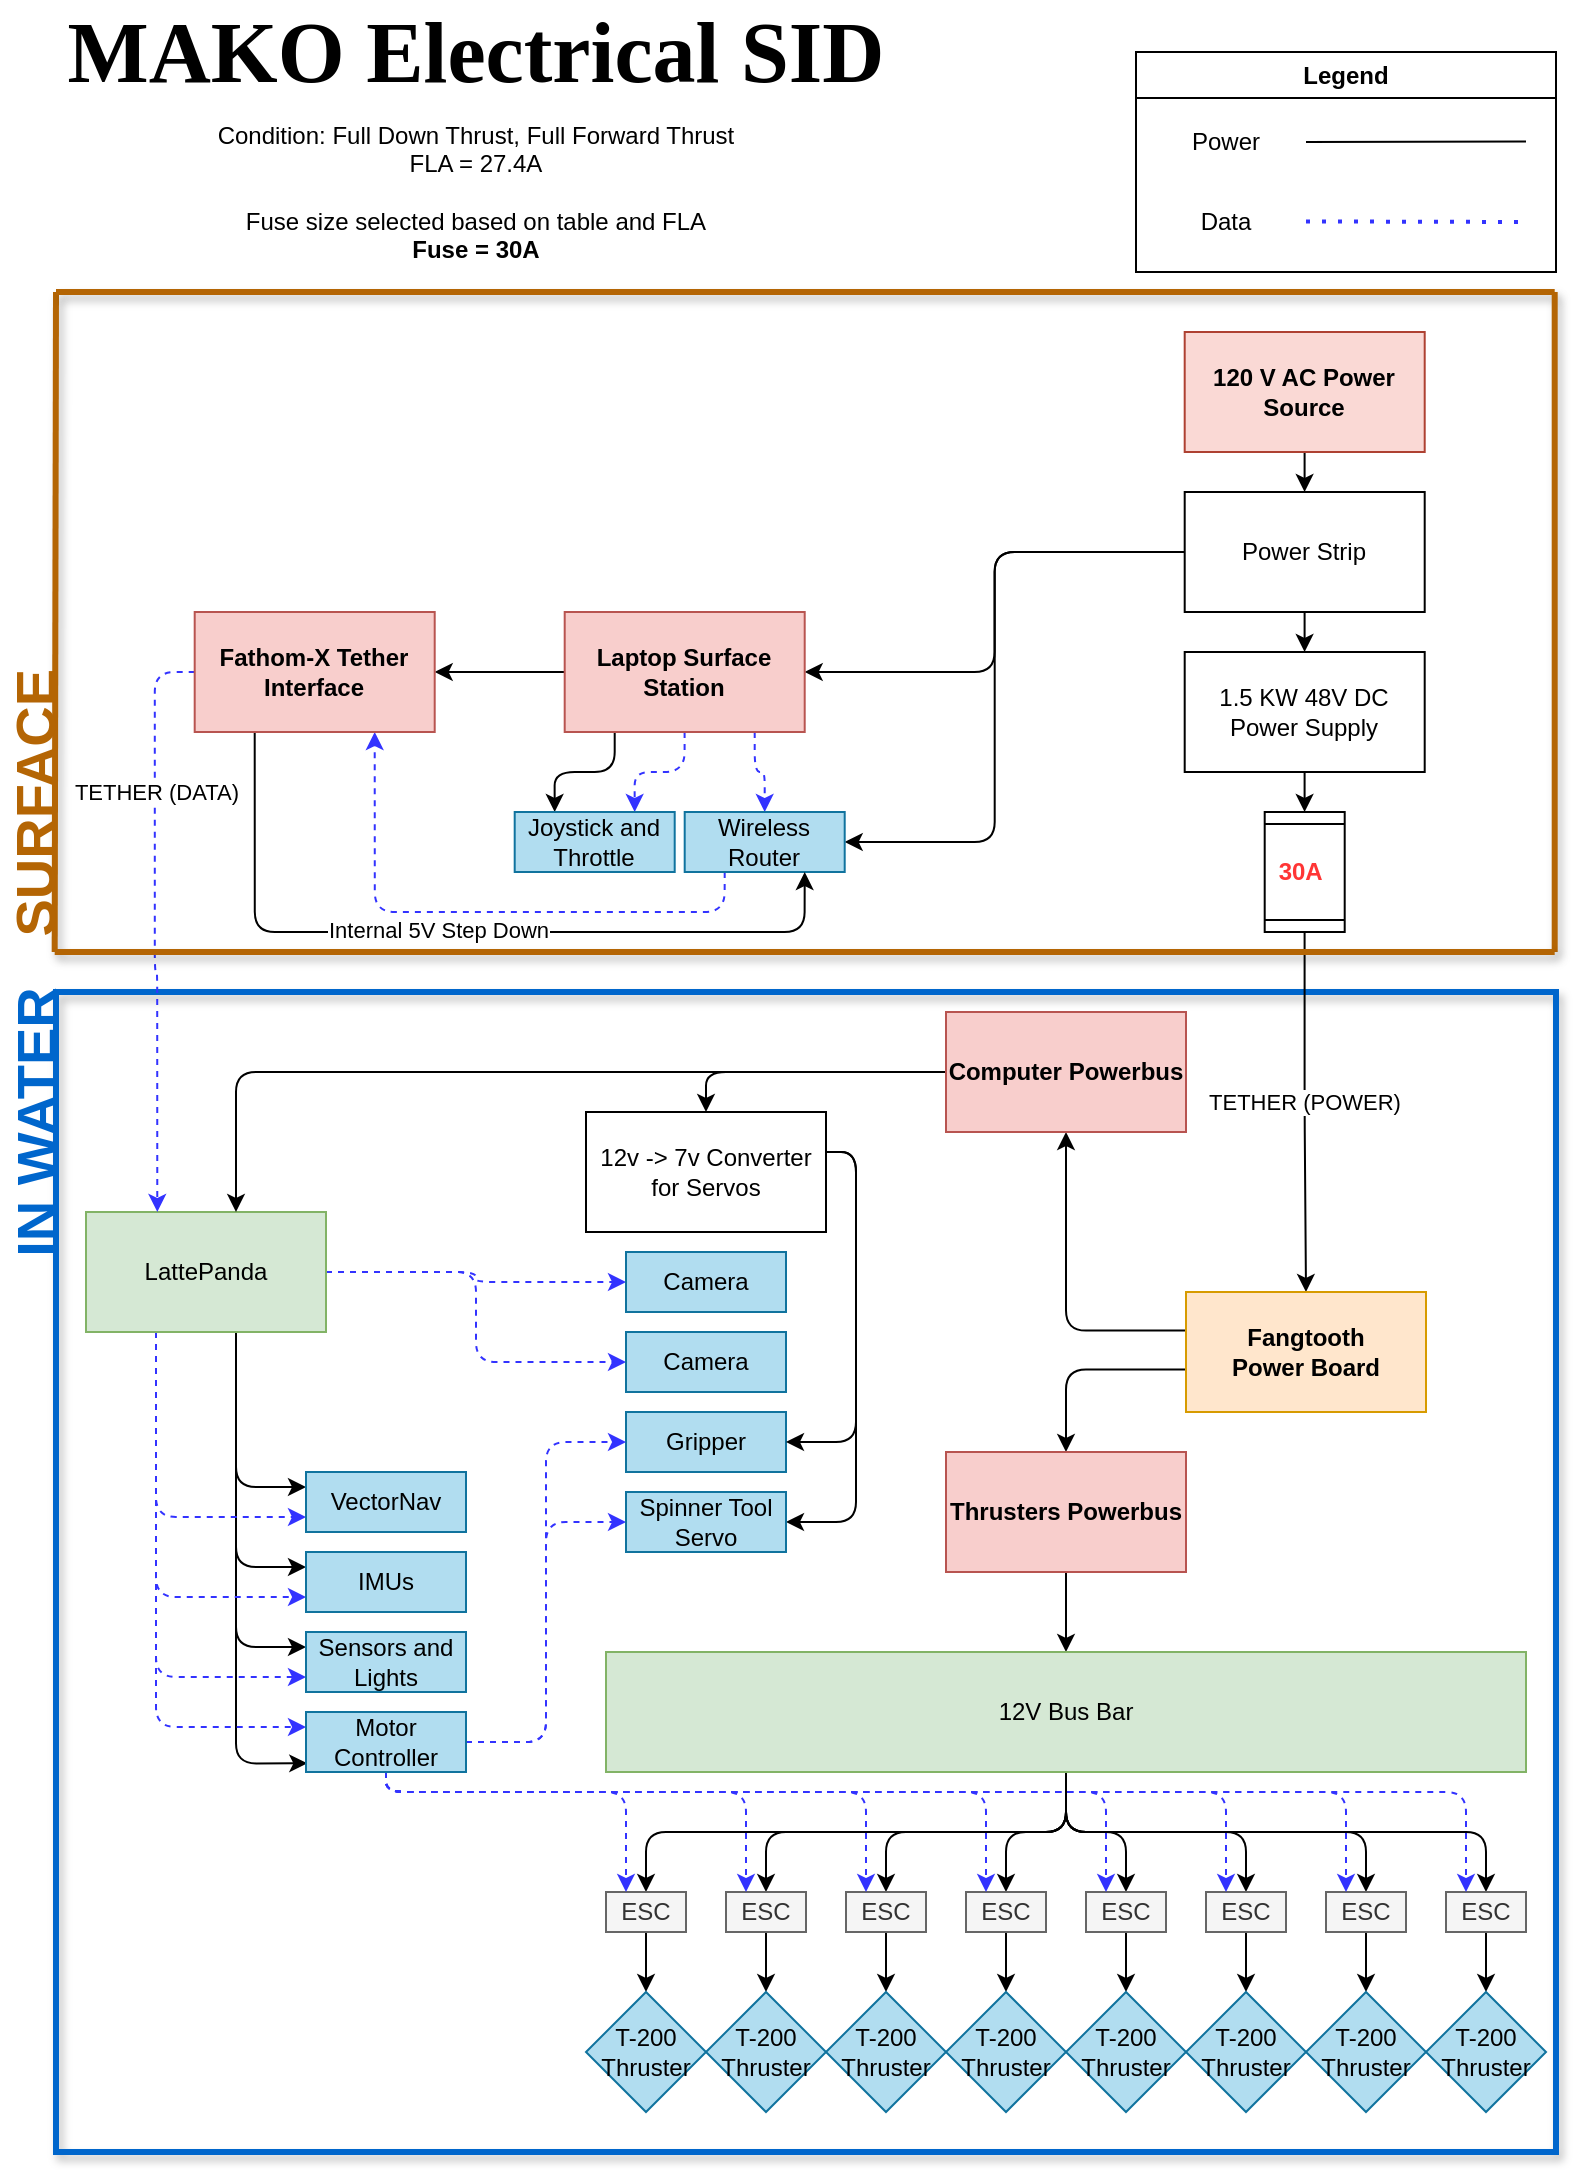
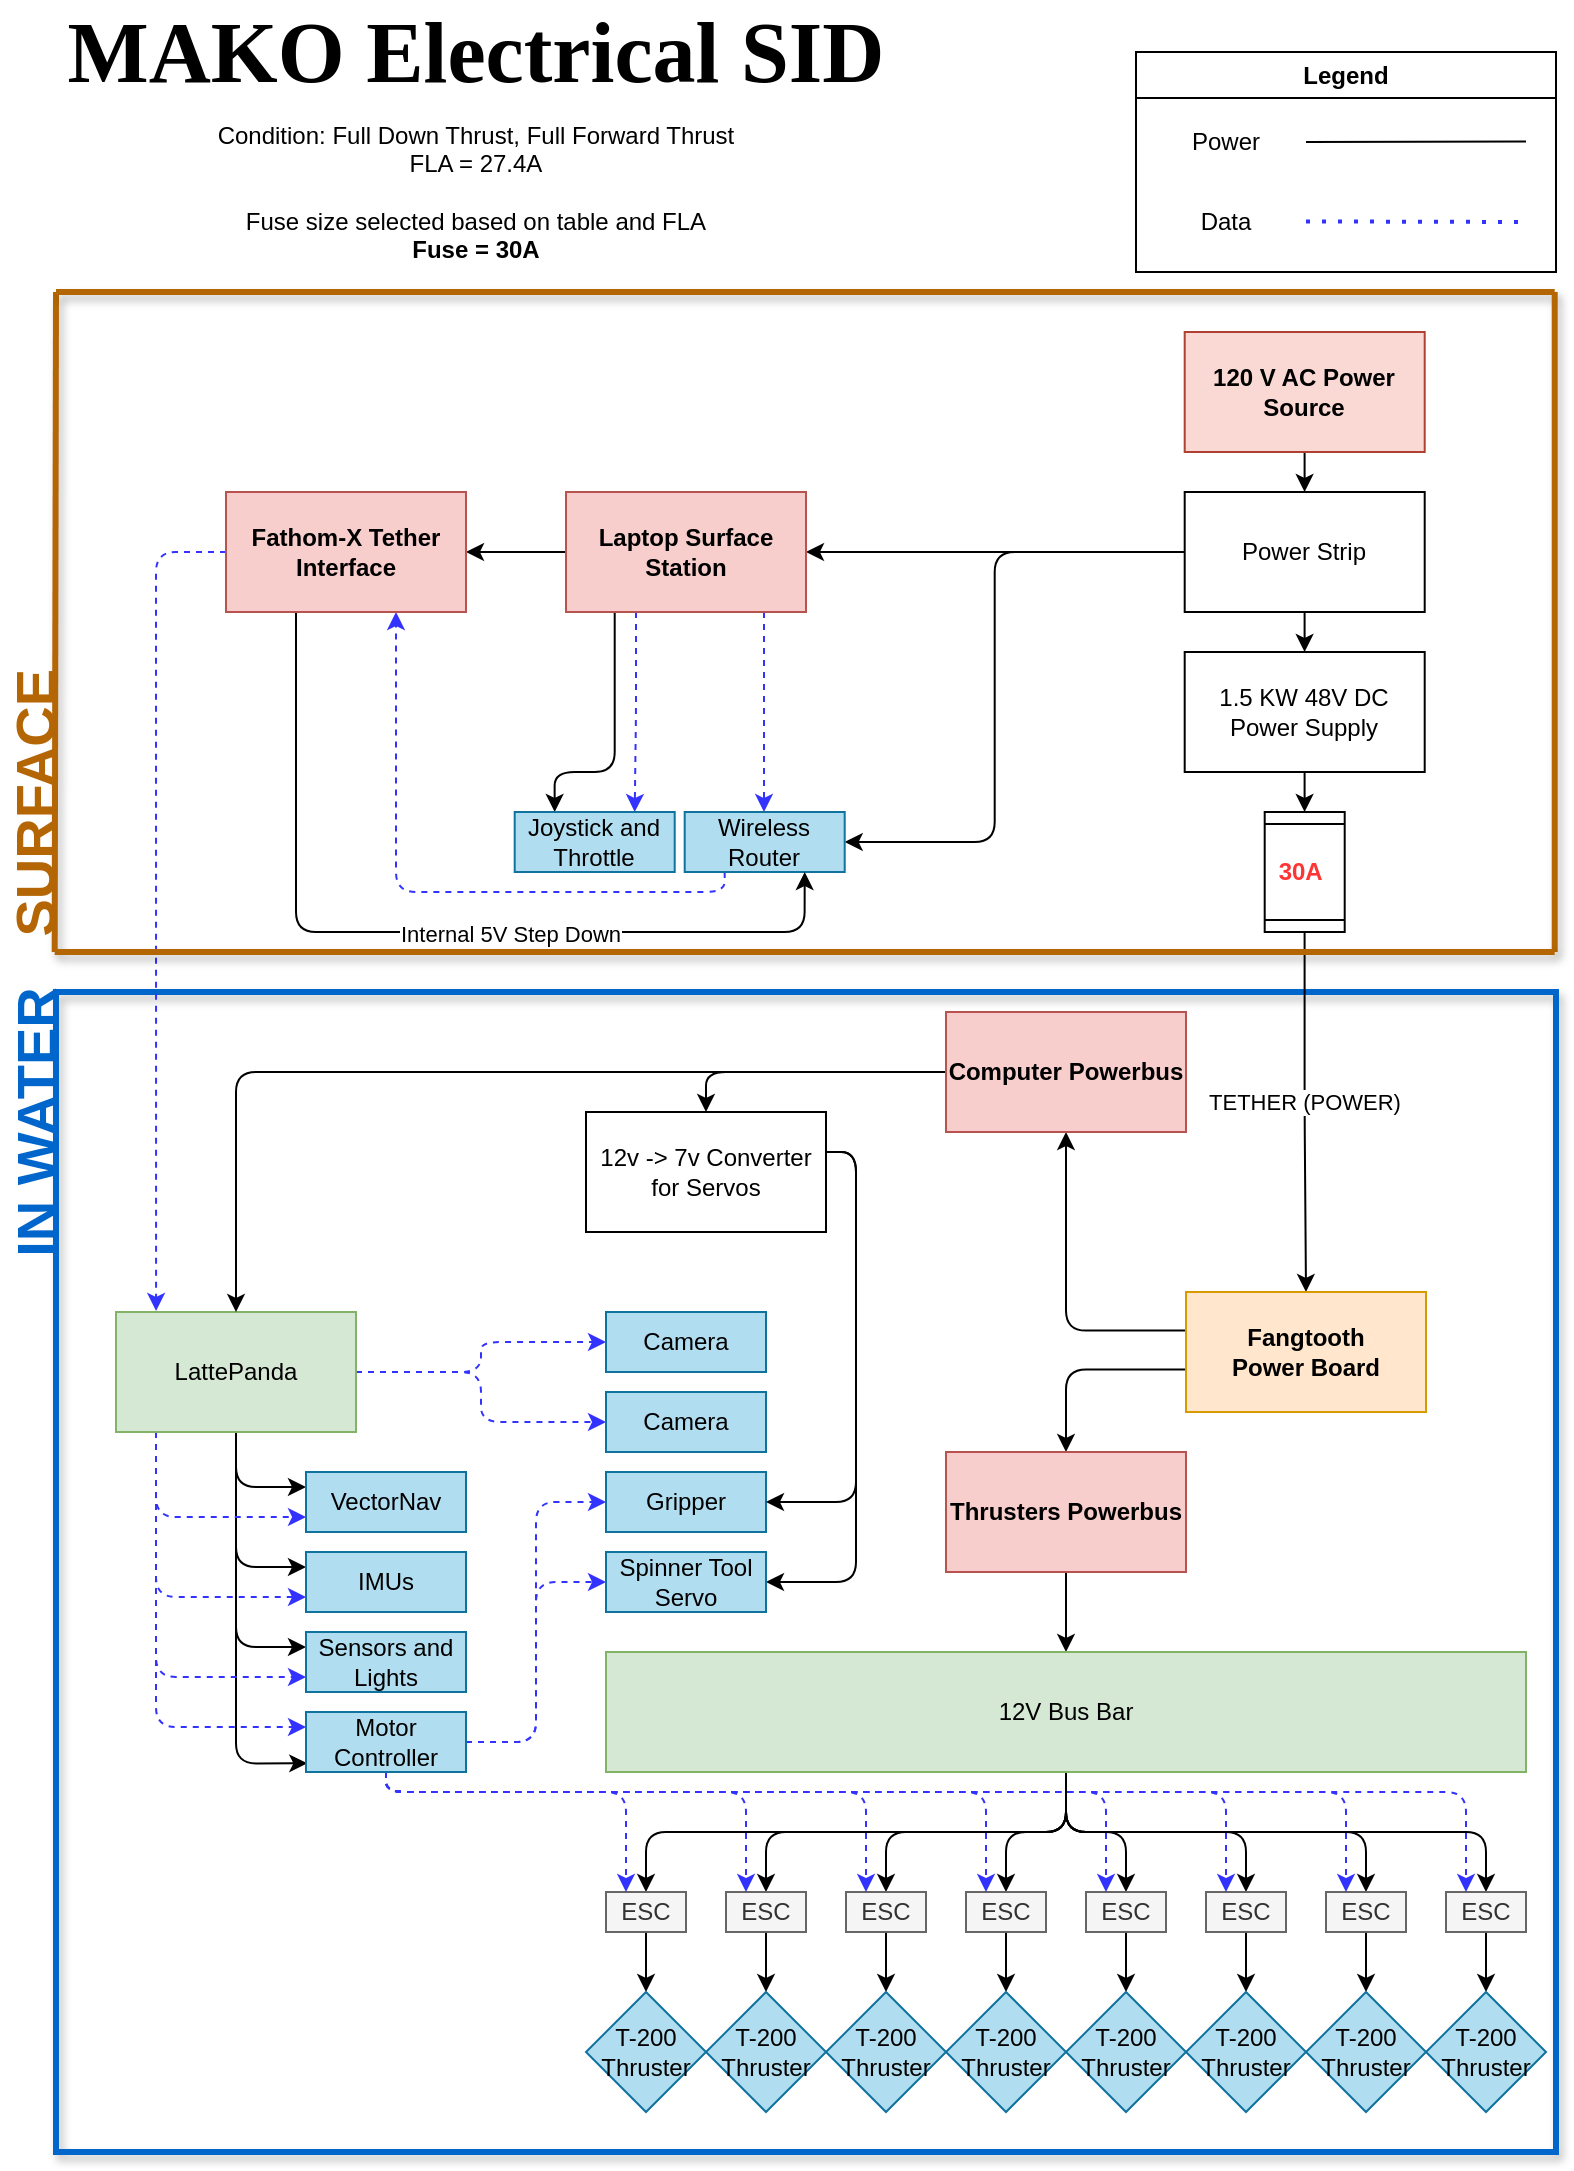
<mxfile host="app.diagrams.net" agent="Mozilla/5.0 (Windows NT 10.0; Win64; x64; rv:139.0) Gecko/20100101 Firefox/139.0">
  <diagram name="Page-1" id="doaNbLGYiiKzRFzNWdXi">
-     <mxGraphModel dx="2310" dy="1834" grid="1" gridSize="10" guides="1" tooltips="1" connect="1" arrows="1" fold="1" page="1" pageScale="1" pageWidth="850" pageHeight="1100" math="0" shadow="0">
+     <mxGraphModel dx="-165" dy="397" grid="1" gridSize="10" guides="1" tooltips="1" connect="1" arrows="1" fold="1" page="1" pageScale="1" pageWidth="850" pageHeight="1100" math="0" shadow="0">
      <root>
        <mxCell id="0" />
        <mxCell id="1" parent="0" />
        <mxCell id="0vSBfI8_46AL9H7hPHAw-18" parent="1" style="rounded=0;whiteSpace=wrap;html=1;fillColor=none;strokeWidth=3;strokeColor=#0066CC;glass=0;shadow=1;" value="" vertex="1">
          <mxGeometry height="580" width="750" x="890" y="500" as="geometry" />
        </mxCell>
        <mxCell id="59XTsty1G1Yx93DkZX_j-1" parent="1" style="text;html=1;whiteSpace=wrap;strokeColor=none;fillColor=none;align=center;verticalAlign=middle;rounded=0;fontFamily=Times New Roman;fontStyle=1" value="&lt;font style=&quot;font-size: 43px;&quot;&gt;&lt;span&gt;MAKO Electrical SID&lt;/span&gt;&lt;/font&gt;" vertex="1">
          <mxGeometry height="40" width="420" x="890" y="10" as="geometry" />
        </mxCell>
        <mxCell id="59XTsty1G1Yx93DkZX_j-24" edge="1" parent="1" style="edgeStyle=orthogonalEdgeStyle;rounded=0;orthogonalLoop=1;jettySize=auto;html=1;exitX=0.5;exitY=1;exitDx=0;exitDy=0;">
          <mxGeometry relative="1" as="geometry">
            <mxPoint x="1435" y="910" as="sourcePoint" />
            <mxPoint x="1435" y="910" as="targetPoint" />
          </mxGeometry>
        </mxCell>
        <mxCell id="59XTsty1G1Yx93DkZX_j-45" parent="1" style="swimlane;whiteSpace=wrap;html=1;" value="Legend" vertex="1">
          <mxGeometry height="110" width="210" x="1430" y="30" as="geometry" />
        </mxCell>
        <mxCell id="59XTsty1G1Yx93DkZX_j-46" parent="59XTsty1G1Yx93DkZX_j-45" style="text;html=1;whiteSpace=wrap;strokeColor=none;fillColor=none;align=center;verticalAlign=middle;rounded=0;" value="Power" vertex="1">
          <mxGeometry height="30" width="60" x="15" y="30" as="geometry" />
        </mxCell>
        <mxCell id="59XTsty1G1Yx93DkZX_j-47" parent="59XTsty1G1Yx93DkZX_j-45" style="text;html=1;whiteSpace=wrap;strokeColor=none;fillColor=none;align=center;verticalAlign=middle;rounded=0;" value="Data" vertex="1">
          <mxGeometry height="30" width="60" x="15" y="70" as="geometry" />
        </mxCell>
        <mxCell id="59XTsty1G1Yx93DkZX_j-53" edge="1" parent="59XTsty1G1Yx93DkZX_j-45" style="endArrow=none;dashed=1;html=1;dashPattern=1 3;strokeWidth=2;strokeColor=#3333FF;" value="">
          <mxGeometry height="50" relative="1" width="50" as="geometry">
            <mxPoint x="85" y="84.72" as="sourcePoint" />
            <mxPoint x="195" y="85" as="targetPoint" />
          </mxGeometry>
        </mxCell>
        <mxCell id="59XTsty1G1Yx93DkZX_j-54" edge="1" parent="59XTsty1G1Yx93DkZX_j-45" style="endArrow=none;html=1;strokeColor=#000000;" value="">
          <mxGeometry height="50" relative="1" width="50" as="geometry">
            <mxPoint x="85" y="45.06" as="sourcePoint" />
            <mxPoint x="195" y="44.78" as="targetPoint" />
          </mxGeometry>
        </mxCell>
        <mxCell id="59XTsty1G1Yx93DkZX_j-216" edge="1" parent="1" source="59XTsty1G1Yx93DkZX_j-57" style="edgeStyle=orthogonalEdgeStyle;orthogonalLoop=1;jettySize=auto;html=1;" target="59XTsty1G1Yx93DkZX_j-208" value="">
          <mxGeometry relative="1" as="geometry" />
        </mxCell>
        <mxCell id="59XTsty1G1Yx93DkZX_j-57" parent="1" style="rounded=0;whiteSpace=wrap;html=1;fillColor=#fad9d5;strokeColor=#ae4132;fontStyle=1" value="120 V AC Power Source" vertex="1">
          <mxGeometry height="60" width="120" x="1454.35" y="170" as="geometry" />
        </mxCell>
        <mxCell id="59XTsty1G1Yx93DkZX_j-71" edge="1" parent="1" source="59XTsty1G1Yx93DkZX_j-66" style="edgeStyle=orthogonalEdgeStyle;orthogonalLoop=1;jettySize=auto;html=1;" target="59XTsty1G1Yx93DkZX_j-70" value="">
          <mxGeometry relative="1" as="geometry" />
        </mxCell>
        <mxCell id="59XTsty1G1Yx93DkZX_j-66" parent="1" style="rounded=0;whiteSpace=wrap;html=1;" value="&lt;div&gt;1.5 KW 48V DC Power Supply&lt;/div&gt;" vertex="1">
          <mxGeometry height="60" width="120" x="1454.35" y="330" as="geometry" />
        </mxCell>
        <mxCell id="59XTsty1G1Yx93DkZX_j-81" edge="1" parent="1" source="59XTsty1G1Yx93DkZX_j-70" style="edgeStyle=orthogonalEdgeStyle;orthogonalLoop=1;jettySize=auto;html=1;entryX=0.5;entryY=0;entryDx=0;entryDy=0;" target="59XTsty1G1Yx93DkZX_j-101" value="">
          <mxGeometry relative="1" as="geometry">
            <mxPoint x="1515" y="470" as="targetPoint" />
          </mxGeometry>
        </mxCell>
        <mxCell id="59XTsty1G1Yx93DkZX_j-99" connectable="0" parent="59XTsty1G1Yx93DkZX_j-81" style="edgeLabel;html=1;align=center;verticalAlign=middle;resizable=0;points=[];" value="TETHER (POWER)" vertex="1">
          <mxGeometry relative="1" x="-0.062" y="-1" as="geometry">
            <mxPoint as="offset" />
          </mxGeometry>
        </mxCell>
        <mxCell id="59XTsty1G1Yx93DkZX_j-70" parent="1" style="shape=process;whiteSpace=wrap;html=1;backgroundOutline=1;rounded=0;direction=south;" value="&lt;div&gt;&lt;b style=&quot;color: rgb(255, 53, 53);&quot;&gt;30A&amp;nbsp;&lt;/b&gt;&lt;/div&gt;" vertex="1">
          <mxGeometry height="60" width="40" x="1494.35" y="410" as="geometry" />
        </mxCell>
        <mxCell id="59XTsty1G1Yx93DkZX_j-83" parent="1" style="text;html=1;whiteSpace=wrap;strokeColor=none;fillColor=none;align=center;verticalAlign=middle;rounded=0;" value="&lt;div&gt;Condition: Full Down Thrust, Full Forward Thrust&lt;/div&gt;&lt;div&gt;FLA = 27.4A&lt;/div&gt;&lt;div&gt;&lt;br&gt;&lt;/div&gt;&lt;div&gt;Fuse size selected based on table and FLA&lt;/div&gt;&lt;div&gt;&lt;b&gt;Fuse = 30A&lt;/b&gt;&lt;/div&gt;" vertex="1">
          <mxGeometry height="80" width="410" x="894.9999999999999" y="60" as="geometry" />
        </mxCell>
        <mxCell id="59XTsty1G1Yx93DkZX_j-205" edge="1" parent="1" source="59XTsty1G1Yx93DkZX_j-101" style="edgeStyle=orthogonalEdgeStyle;orthogonalLoop=1;jettySize=auto;html=1;entryX=0.5;entryY=1;entryDx=0;entryDy=0;exitX=-0.004;exitY=0.321;exitDx=0;exitDy=0;exitPerimeter=0;" target="59XTsty1G1Yx93DkZX_j-180">
          <mxGeometry relative="1" as="geometry" />
        </mxCell>
        <mxCell id="59XTsty1G1Yx93DkZX_j-206" edge="1" parent="1" source="59XTsty1G1Yx93DkZX_j-101" style="edgeStyle=orthogonalEdgeStyle;orthogonalLoop=1;jettySize=auto;html=1;exitX=0.001;exitY=0.645;exitDx=0;exitDy=0;exitPerimeter=0;" target="59XTsty1G1Yx93DkZX_j-102">
          <mxGeometry relative="1" as="geometry" />
        </mxCell>
        <mxCell id="59XTsty1G1Yx93DkZX_j-101" parent="1" style="rounded=0;whiteSpace=wrap;html=1;fillColor=#ffe6cc;strokeColor=#d79b00;fontStyle=1" value="&lt;div&gt;Fangtooth&lt;/div&gt;&lt;div&gt;Power Board&lt;/div&gt;" vertex="1">
          <mxGeometry height="60" width="120" x="1455" y="650" as="geometry" />
        </mxCell>
        <mxCell id="59XTsty1G1Yx93DkZX_j-113" edge="1" parent="1" source="59XTsty1G1Yx93DkZX_j-102" style="edgeStyle=orthogonalEdgeStyle;orthogonalLoop=1;jettySize=auto;html=1;entryX=0.5;entryY=0;entryDx=0;entryDy=0;" target="59XTsty1G1Yx93DkZX_j-108">
          <mxGeometry relative="1" as="geometry" />
        </mxCell>
        <mxCell id="59XTsty1G1Yx93DkZX_j-102" parent="1" style="rounded=0;whiteSpace=wrap;html=1;fillColor=#f8cecc;strokeColor=#b85450;fontStyle=1" value="Thrusters Powerbus" vertex="1">
          <mxGeometry height="60" width="120" x="1335" y="730" as="geometry" />
        </mxCell>
        <mxCell id="59XTsty1G1Yx93DkZX_j-135" edge="1" parent="1" source="59XTsty1G1Yx93DkZX_j-108" style="edgeStyle=orthogonalEdgeStyle;orthogonalLoop=1;jettySize=auto;html=1;entryX=0.5;entryY=0;entryDx=0;entryDy=0;" target="59XTsty1G1Yx93DkZX_j-116">
          <mxGeometry relative="1" as="geometry" />
        </mxCell>
        <mxCell id="59XTsty1G1Yx93DkZX_j-137" edge="1" parent="1" source="59XTsty1G1Yx93DkZX_j-108" style="edgeStyle=orthogonalEdgeStyle;orthogonalLoop=1;jettySize=auto;html=1;entryX=0.5;entryY=0;entryDx=0;entryDy=0;" target="59XTsty1G1Yx93DkZX_j-120">
          <mxGeometry relative="1" as="geometry" />
        </mxCell>
        <mxCell id="59XTsty1G1Yx93DkZX_j-138" edge="1" parent="1" source="59XTsty1G1Yx93DkZX_j-108" style="edgeStyle=orthogonalEdgeStyle;orthogonalLoop=1;jettySize=auto;html=1;entryX=0.5;entryY=0;entryDx=0;entryDy=0;" target="59XTsty1G1Yx93DkZX_j-117">
          <mxGeometry relative="1" as="geometry" />
        </mxCell>
        <mxCell id="59XTsty1G1Yx93DkZX_j-139" edge="1" parent="1" source="59XTsty1G1Yx93DkZX_j-108" style="edgeStyle=orthogonalEdgeStyle;orthogonalLoop=1;jettySize=auto;html=1;entryX=0.5;entryY=0;entryDx=0;entryDy=0;" target="59XTsty1G1Yx93DkZX_j-118">
          <mxGeometry relative="1" as="geometry" />
        </mxCell>
        <mxCell id="59XTsty1G1Yx93DkZX_j-140" edge="1" parent="1" source="59XTsty1G1Yx93DkZX_j-108" style="edgeStyle=orthogonalEdgeStyle;orthogonalLoop=1;jettySize=auto;html=1;entryX=0.5;entryY=0;entryDx=0;entryDy=0;" target="59XTsty1G1Yx93DkZX_j-121">
          <mxGeometry relative="1" as="geometry" />
        </mxCell>
        <mxCell id="59XTsty1G1Yx93DkZX_j-141" edge="1" parent="1" source="59XTsty1G1Yx93DkZX_j-108" style="edgeStyle=orthogonalEdgeStyle;orthogonalLoop=1;jettySize=auto;html=1;entryX=0.5;entryY=0;entryDx=0;entryDy=0;" target="59XTsty1G1Yx93DkZX_j-122">
          <mxGeometry relative="1" as="geometry" />
        </mxCell>
        <mxCell id="59XTsty1G1Yx93DkZX_j-142" edge="1" parent="1" source="59XTsty1G1Yx93DkZX_j-108" style="edgeStyle=orthogonalEdgeStyle;orthogonalLoop=1;jettySize=auto;html=1;entryX=0.5;entryY=0;entryDx=0;entryDy=0;" target="59XTsty1G1Yx93DkZX_j-123">
          <mxGeometry relative="1" as="geometry" />
        </mxCell>
        <mxCell id="59XTsty1G1Yx93DkZX_j-143" edge="1" parent="1" source="59XTsty1G1Yx93DkZX_j-108" style="edgeStyle=orthogonalEdgeStyle;orthogonalLoop=1;jettySize=auto;html=1;" target="59XTsty1G1Yx93DkZX_j-124">
          <mxGeometry relative="1" as="geometry" />
        </mxCell>
        <mxCell id="59XTsty1G1Yx93DkZX_j-108" parent="1" style="rounded=0;whiteSpace=wrap;html=1;fillColor=#d5e8d4;strokeColor=#82b366;fontStyle=0" value="&lt;span&gt;12V Bus Bar&lt;/span&gt;" vertex="1">
          <mxGeometry height="60" width="460" x="1165" y="830" as="geometry" />
        </mxCell>
        <mxCell id="59XTsty1G1Yx93DkZX_j-158" edge="1" parent="1" source="59XTsty1G1Yx93DkZX_j-111" style="edgeStyle=orthogonalEdgeStyle;orthogonalLoop=1;jettySize=auto;html=1;entryX=0;entryY=0.5;entryDx=0;entryDy=0;dashed=1;strokeColor=#3333FF;" target="59XTsty1G1Yx93DkZX_j-154">
          <mxGeometry relative="1" as="geometry" />
        </mxCell>
        <mxCell id="59XTsty1G1Yx93DkZX_j-159" edge="1" parent="1" source="59XTsty1G1Yx93DkZX_j-111" style="edgeStyle=orthogonalEdgeStyle;orthogonalLoop=1;jettySize=auto;html=1;entryX=0;entryY=0.5;entryDx=0;entryDy=0;dashed=1;strokeColor=#3333FF;" target="59XTsty1G1Yx93DkZX_j-153">
          <mxGeometry relative="1" as="geometry" />
        </mxCell>
        <mxCell id="59XTsty1G1Yx93DkZX_j-232" edge="1" parent="1" source="59XTsty1G1Yx93DkZX_j-111" style="edgeStyle=orthogonalEdgeStyle;orthogonalLoop=1;jettySize=auto;html=1;entryX=0;entryY=0.25;entryDx=0;entryDy=0;" target="59XTsty1G1Yx93DkZX_j-164">
          <mxGeometry relative="1" as="geometry">
            <Array as="points">
              <mxPoint x="980" y="748" />
            </Array>
          </mxGeometry>
        </mxCell>
        <mxCell id="59XTsty1G1Yx93DkZX_j-233" edge="1" parent="1" source="59XTsty1G1Yx93DkZX_j-111" style="edgeStyle=orthogonalEdgeStyle;orthogonalLoop=1;jettySize=auto;html=1;entryX=0;entryY=0.25;entryDx=0;entryDy=0;" target="59XTsty1G1Yx93DkZX_j-163">
          <mxGeometry relative="1" as="geometry">
            <Array as="points">
              <mxPoint x="980" y="788" />
            </Array>
          </mxGeometry>
        </mxCell>
        <mxCell id="59XTsty1G1Yx93DkZX_j-234" edge="1" parent="1" source="59XTsty1G1Yx93DkZX_j-111" style="edgeStyle=orthogonalEdgeStyle;orthogonalLoop=1;jettySize=auto;html=1;entryX=0;entryY=0.25;entryDx=0;entryDy=0;" target="59XTsty1G1Yx93DkZX_j-165">
          <mxGeometry relative="1" as="geometry">
            <Array as="points">
              <mxPoint x="980" y="828" />
            </Array>
          </mxGeometry>
        </mxCell>
        <mxCell id="59XTsty1G1Yx93DkZX_j-235" edge="1" parent="1" source="59XTsty1G1Yx93DkZX_j-111" style="edgeStyle=orthogonalEdgeStyle;orthogonalLoop=1;jettySize=auto;html=1;entryX=0.008;entryY=0.856;entryDx=0;entryDy=0;entryPerimeter=0;" target="59XTsty1G1Yx93DkZX_j-231">
          <mxGeometry relative="1" as="geometry">
            <Array as="points">
              <mxPoint x="980" y="886" />
            </Array>
          </mxGeometry>
        </mxCell>
        <mxCell id="59XTsty1G1Yx93DkZX_j-236" edge="1" parent="1" source="59XTsty1G1Yx93DkZX_j-111" style="edgeStyle=orthogonalEdgeStyle;orthogonalLoop=1;jettySize=auto;html=1;entryX=0;entryY=0.25;entryDx=0;entryDy=0;dashed=1;strokeColor=#3333FF;" target="59XTsty1G1Yx93DkZX_j-231">
          <mxGeometry relative="1" as="geometry">
            <Array as="points">
              <mxPoint x="940" y="868" />
            </Array>
          </mxGeometry>
        </mxCell>
        <mxCell id="59XTsty1G1Yx93DkZX_j-237" edge="1" parent="1" source="59XTsty1G1Yx93DkZX_j-111" style="edgeStyle=orthogonalEdgeStyle;orthogonalLoop=1;jettySize=auto;html=1;entryX=0;entryY=0.75;entryDx=0;entryDy=0;dashed=1;strokeColor=#3333FF;" target="59XTsty1G1Yx93DkZX_j-165">
          <mxGeometry relative="1" as="geometry">
            <Array as="points">
              <mxPoint x="940" y="843" />
            </Array>
          </mxGeometry>
        </mxCell>
        <mxCell id="59XTsty1G1Yx93DkZX_j-238" edge="1" parent="1" source="59XTsty1G1Yx93DkZX_j-111" style="edgeStyle=orthogonalEdgeStyle;orthogonalLoop=1;jettySize=auto;html=1;entryX=0;entryY=0.75;entryDx=0;entryDy=0;dashed=1;strokeColor=#3333FF;" target="59XTsty1G1Yx93DkZX_j-163">
          <mxGeometry relative="1" as="geometry">
            <Array as="points">
              <mxPoint x="940" y="803" />
            </Array>
          </mxGeometry>
        </mxCell>
        <mxCell id="59XTsty1G1Yx93DkZX_j-239" edge="1" parent="1" source="59XTsty1G1Yx93DkZX_j-111" style="edgeStyle=orthogonalEdgeStyle;orthogonalLoop=1;jettySize=auto;html=1;entryX=0;entryY=0.75;entryDx=0;entryDy=0;dashed=1;strokeColor=#3333FF;" target="59XTsty1G1Yx93DkZX_j-164">
          <mxGeometry relative="1" as="geometry">
            <Array as="points">
              <mxPoint x="940" y="763" />
            </Array>
          </mxGeometry>
        </mxCell>
        <mxCell id="59XTsty1G1Yx93DkZX_j-111" parent="1" style="rounded=0;whiteSpace=wrap;html=1;fillColor=#d5e8d4;strokeColor=#82b366;" value="LattePanda" vertex="1">
-           <mxGeometry height="60" width="120" x="905" y="610" as="geometry" />
+           <mxGeometry height="60" width="120" x="920" y="660" as="geometry" />
        </mxCell>
        <mxCell id="59XTsty1G1Yx93DkZX_j-145" edge="1" parent="1" source="59XTsty1G1Yx93DkZX_j-116" style="edgeStyle=orthogonalEdgeStyle;orthogonalLoop=1;jettySize=auto;html=1;entryX=0.5;entryY=0;entryDx=0;entryDy=0;" target="59XTsty1G1Yx93DkZX_j-126">
          <mxGeometry relative="1" as="geometry" />
        </mxCell>
        <mxCell id="59XTsty1G1Yx93DkZX_j-116" parent="1" style="rounded=0;whiteSpace=wrap;html=1;fillColor=#f5f5f5;fontColor=#333333;strokeColor=#666666;" value="ESC" vertex="1">
          <mxGeometry height="20" width="40" x="1165" y="950" as="geometry" />
        </mxCell>
        <mxCell id="59XTsty1G1Yx93DkZX_j-147" edge="1" parent="1" source="59XTsty1G1Yx93DkZX_j-117" style="edgeStyle=orthogonalEdgeStyle;orthogonalLoop=1;jettySize=auto;html=1;entryX=0.5;entryY=0;entryDx=0;entryDy=0;" target="59XTsty1G1Yx93DkZX_j-128">
          <mxGeometry relative="1" as="geometry" />
        </mxCell>
        <mxCell id="59XTsty1G1Yx93DkZX_j-117" parent="1" style="rounded=0;whiteSpace=wrap;html=1;fillColor=#f5f5f5;fontColor=#333333;strokeColor=#666666;" value="ESC" vertex="1">
          <mxGeometry height="20" width="40" x="1285" y="950" as="geometry" />
        </mxCell>
        <mxCell id="59XTsty1G1Yx93DkZX_j-148" edge="1" parent="1" source="59XTsty1G1Yx93DkZX_j-118" style="edgeStyle=orthogonalEdgeStyle;orthogonalLoop=1;jettySize=auto;html=1;entryX=0.5;entryY=0;entryDx=0;entryDy=0;" target="59XTsty1G1Yx93DkZX_j-129">
          <mxGeometry relative="1" as="geometry" />
        </mxCell>
        <mxCell id="59XTsty1G1Yx93DkZX_j-118" parent="1" style="rounded=0;whiteSpace=wrap;html=1;fillColor=#f5f5f5;fontColor=#333333;strokeColor=#666666;" value="ESC" vertex="1">
          <mxGeometry height="20" width="40" x="1345" y="950" as="geometry" />
        </mxCell>
        <mxCell id="59XTsty1G1Yx93DkZX_j-146" edge="1" parent="1" source="59XTsty1G1Yx93DkZX_j-120" style="edgeStyle=orthogonalEdgeStyle;orthogonalLoop=1;jettySize=auto;html=1;entryX=0.5;entryY=0;entryDx=0;entryDy=0;" target="59XTsty1G1Yx93DkZX_j-127">
          <mxGeometry relative="1" as="geometry" />
        </mxCell>
        <mxCell id="59XTsty1G1Yx93DkZX_j-120" parent="1" style="rounded=0;whiteSpace=wrap;html=1;fillColor=#f5f5f5;fontColor=#333333;strokeColor=#666666;" value="ESC" vertex="1">
          <mxGeometry height="20" width="40" x="1225" y="950" as="geometry" />
        </mxCell>
        <mxCell id="59XTsty1G1Yx93DkZX_j-149" edge="1" parent="1" source="59XTsty1G1Yx93DkZX_j-121" style="edgeStyle=orthogonalEdgeStyle;orthogonalLoop=1;jettySize=auto;html=1;entryX=0.5;entryY=0;entryDx=0;entryDy=0;" target="59XTsty1G1Yx93DkZX_j-130">
          <mxGeometry relative="1" as="geometry" />
        </mxCell>
        <mxCell id="59XTsty1G1Yx93DkZX_j-121" parent="1" style="rounded=0;whiteSpace=wrap;html=1;fillColor=#f5f5f5;fontColor=#333333;strokeColor=#666666;" value="ESC" vertex="1">
          <mxGeometry height="20" width="40" x="1405" y="950" as="geometry" />
        </mxCell>
        <mxCell id="59XTsty1G1Yx93DkZX_j-150" edge="1" parent="1" source="59XTsty1G1Yx93DkZX_j-122" style="edgeStyle=orthogonalEdgeStyle;orthogonalLoop=1;jettySize=auto;html=1;entryX=0.5;entryY=0;entryDx=0;entryDy=0;" target="59XTsty1G1Yx93DkZX_j-131">
          <mxGeometry relative="1" as="geometry" />
        </mxCell>
        <mxCell id="59XTsty1G1Yx93DkZX_j-122" parent="1" style="rounded=0;whiteSpace=wrap;html=1;fillColor=#f5f5f5;fontColor=#333333;strokeColor=#666666;" value="ESC" vertex="1">
          <mxGeometry height="20" width="40" x="1465" y="950" as="geometry" />
        </mxCell>
        <mxCell id="59XTsty1G1Yx93DkZX_j-151" edge="1" parent="1" source="59XTsty1G1Yx93DkZX_j-123" style="edgeStyle=orthogonalEdgeStyle;orthogonalLoop=1;jettySize=auto;html=1;entryX=0.5;entryY=0;entryDx=0;entryDy=0;" target="59XTsty1G1Yx93DkZX_j-132">
          <mxGeometry relative="1" as="geometry" />
        </mxCell>
        <mxCell id="59XTsty1G1Yx93DkZX_j-123" parent="1" style="rounded=0;whiteSpace=wrap;html=1;fillColor=#f5f5f5;fontColor=#333333;strokeColor=#666666;" value="ESC" vertex="1">
          <mxGeometry height="20" width="40" x="1525" y="950" as="geometry" />
        </mxCell>
        <mxCell id="59XTsty1G1Yx93DkZX_j-152" edge="1" parent="1" source="59XTsty1G1Yx93DkZX_j-124" style="edgeStyle=orthogonalEdgeStyle;orthogonalLoop=1;jettySize=auto;html=1;entryX=0.5;entryY=0;entryDx=0;entryDy=0;" target="59XTsty1G1Yx93DkZX_j-133">
          <mxGeometry relative="1" as="geometry" />
        </mxCell>
        <mxCell id="59XTsty1G1Yx93DkZX_j-124" parent="1" style="rounded=0;whiteSpace=wrap;html=1;fillColor=#f5f5f5;fontColor=#333333;strokeColor=#666666;" value="ESC" vertex="1">
          <mxGeometry height="20" width="40" x="1585" y="950" as="geometry" />
        </mxCell>
        <mxCell id="59XTsty1G1Yx93DkZX_j-126" parent="1" style="rhombus;whiteSpace=wrap;html=1;fillColor=#b1ddf0;strokeColor=#10739e;" value="T-200 Thruster" vertex="1">
          <mxGeometry height="60" width="60" x="1155" y="1000" as="geometry" />
        </mxCell>
        <mxCell id="59XTsty1G1Yx93DkZX_j-127" parent="1" style="rhombus;whiteSpace=wrap;html=1;fillColor=#b1ddf0;strokeColor=#10739e;" value="T-200 Thruster" vertex="1">
          <mxGeometry height="60" width="60" x="1215" y="1000" as="geometry" />
        </mxCell>
        <mxCell id="59XTsty1G1Yx93DkZX_j-128" parent="1" style="rhombus;whiteSpace=wrap;html=1;fillColor=#b1ddf0;strokeColor=#10739e;" value="T-200 Thruster" vertex="1">
          <mxGeometry height="60" width="60" x="1275" y="1000" as="geometry" />
        </mxCell>
        <mxCell id="59XTsty1G1Yx93DkZX_j-129" parent="1" style="rhombus;whiteSpace=wrap;html=1;fillColor=#b1ddf0;strokeColor=#10739e;" value="T-200 Thruster" vertex="1">
          <mxGeometry height="60" width="60" x="1335" y="1000" as="geometry" />
        </mxCell>
        <mxCell id="59XTsty1G1Yx93DkZX_j-130" parent="1" style="rhombus;whiteSpace=wrap;html=1;fillColor=#b1ddf0;strokeColor=#10739e;" value="T-200 Thruster" vertex="1">
          <mxGeometry height="60" width="60" x="1395" y="1000" as="geometry" />
        </mxCell>
        <mxCell id="59XTsty1G1Yx93DkZX_j-131" parent="1" style="rhombus;whiteSpace=wrap;html=1;fillColor=#b1ddf0;strokeColor=#10739e;" value="T-200 Thruster" vertex="1">
          <mxGeometry height="60" width="60" x="1455" y="1000" as="geometry" />
        </mxCell>
        <mxCell id="59XTsty1G1Yx93DkZX_j-132" parent="1" style="rhombus;whiteSpace=wrap;html=1;fillColor=#b1ddf0;strokeColor=#10739e;" value="T-200 Thruster" vertex="1">
          <mxGeometry height="60" width="60" x="1515" y="1000" as="geometry" />
        </mxCell>
        <mxCell id="59XTsty1G1Yx93DkZX_j-133" parent="1" style="rhombus;whiteSpace=wrap;html=1;fillColor=#b1ddf0;strokeColor=#10739e;" value="T-200 Thruster" vertex="1">
          <mxGeometry height="60" width="60" x="1575" y="1000" as="geometry" />
        </mxCell>
        <mxCell id="59XTsty1G1Yx93DkZX_j-153" parent="1" style="rounded=0;whiteSpace=wrap;html=1;fillColor=#b1ddf0;strokeColor=#10739e;" value="Camera" vertex="1">
-           <mxGeometry height="30" width="80" x="1175" y="630" as="geometry" />
+           <mxGeometry height="30" width="80" x="1165" y="660" as="geometry" />
        </mxCell>
        <mxCell id="59XTsty1G1Yx93DkZX_j-154" parent="1" style="rounded=0;whiteSpace=wrap;html=1;fillColor=#b1ddf0;strokeColor=#10739e;" value="Camera" vertex="1">
-           <mxGeometry height="30" width="80" x="1175" y="670" as="geometry" />
+           <mxGeometry height="30" width="80" x="1165" y="700" as="geometry" />
        </mxCell>
        <mxCell id="59XTsty1G1Yx93DkZX_j-155" parent="1" style="rounded=0;whiteSpace=wrap;html=1;fillColor=#b1ddf0;strokeColor=#10739e;" value="Gripper" vertex="1">
-           <mxGeometry height="30" width="80" x="1175" y="710" as="geometry" />
+           <mxGeometry height="30" width="80" x="1165" y="740" as="geometry" />
        </mxCell>
        <mxCell id="59XTsty1G1Yx93DkZX_j-163" parent="1" style="rounded=0;whiteSpace=wrap;html=1;fillColor=#b1ddf0;strokeColor=#10739e;" value="IMUs" vertex="1">
          <mxGeometry height="30" width="80" x="1015" y="780" as="geometry" />
        </mxCell>
        <mxCell id="59XTsty1G1Yx93DkZX_j-164" parent="1" style="rounded=0;whiteSpace=wrap;html=1;fillColor=#b1ddf0;strokeColor=#10739e;" value="VectorNav" vertex="1">
          <mxGeometry height="30" width="80" x="1015" y="740" as="geometry" />
        </mxCell>
        <mxCell id="59XTsty1G1Yx93DkZX_j-165" parent="1" style="rounded=0;whiteSpace=wrap;html=1;fillColor=#b1ddf0;strokeColor=#10739e;" value="Sensors and Lights" vertex="1">
          <mxGeometry height="30" width="80" x="1015" y="820" as="geometry" />
        </mxCell>
        <mxCell id="59XTsty1G1Yx93DkZX_j-185" edge="1" parent="1" source="59XTsty1G1Yx93DkZX_j-179" style="edgeStyle=orthogonalEdgeStyle;orthogonalLoop=1;jettySize=auto;html=1;entryX=1;entryY=0.5;entryDx=0;entryDy=0;" target="59XTsty1G1Yx93DkZX_j-155">
          <mxGeometry relative="1" as="geometry">
            <Array as="points">
              <mxPoint x="1290" y="580" />
-               <mxPoint x="1290" y="725" />
+               <mxPoint x="1290" y="755" />
            </Array>
          </mxGeometry>
        </mxCell>
        <mxCell id="0vSBfI8_46AL9H7hPHAw-5" edge="1" parent="1" source="59XTsty1G1Yx93DkZX_j-179" style="edgeStyle=orthogonalEdgeStyle;rounded=1;orthogonalLoop=1;jettySize=auto;html=1;entryX=1;entryY=0.5;entryDx=0;entryDy=0;curved=0;" target="0vSBfI8_46AL9H7hPHAw-3">
          <mxGeometry relative="1" as="geometry">
            <Array as="points">
              <mxPoint x="1290" y="580" />
-               <mxPoint x="1290" y="765" />
+               <mxPoint x="1290" y="795" />
            </Array>
          </mxGeometry>
        </mxCell>
        <mxCell id="59XTsty1G1Yx93DkZX_j-179" parent="1" style="rounded=0;whiteSpace=wrap;html=1;" value="12v -&amp;gt; 7v Converter for Servos" vertex="1">
          <mxGeometry height="60" width="120" x="1155" y="560" as="geometry" />
        </mxCell>
        <mxCell id="59XTsty1G1Yx93DkZX_j-183" edge="1" parent="1" source="59XTsty1G1Yx93DkZX_j-180" style="edgeStyle=orthogonalEdgeStyle;orthogonalLoop=1;jettySize=auto;html=1;" target="59XTsty1G1Yx93DkZX_j-111">
          <mxGeometry relative="1" as="geometry">
            <Array as="points">
              <mxPoint x="980" y="540" />
            </Array>
          </mxGeometry>
        </mxCell>
        <mxCell id="59XTsty1G1Yx93DkZX_j-184" edge="1" parent="1" source="59XTsty1G1Yx93DkZX_j-180" style="edgeStyle=orthogonalEdgeStyle;orthogonalLoop=1;jettySize=auto;html=1;entryX=0.5;entryY=0;entryDx=0;entryDy=0;" target="59XTsty1G1Yx93DkZX_j-179">
          <mxGeometry relative="1" as="geometry" />
        </mxCell>
        <mxCell id="59XTsty1G1Yx93DkZX_j-180" parent="1" style="rounded=0;whiteSpace=wrap;html=1;fillColor=#f8cecc;strokeColor=#b85450;fontStyle=1" value="Computer Powerbus" vertex="1">
          <mxGeometry height="60" width="120" x="1335" y="510" as="geometry" />
        </mxCell>
        <mxCell id="59XTsty1G1Yx93DkZX_j-218" edge="1" parent="1" source="59XTsty1G1Yx93DkZX_j-208" style="edgeStyle=orthogonalEdgeStyle;orthogonalLoop=1;jettySize=auto;html=1;" target="59XTsty1G1Yx93DkZX_j-66">
          <mxGeometry relative="1" as="geometry" />
        </mxCell>
        <mxCell id="59XTsty1G1Yx93DkZX_j-219" edge="1" parent="1" source="59XTsty1G1Yx93DkZX_j-208" style="edgeStyle=orthogonalEdgeStyle;orthogonalLoop=1;jettySize=auto;html=1;entryX=1;entryY=0.5;entryDx=0;entryDy=0;" target="59XTsty1G1Yx93DkZX_j-214">
          <mxGeometry relative="1" as="geometry" />
        </mxCell>
        <mxCell id="59XTsty1G1Yx93DkZX_j-224" edge="1" parent="1" source="59XTsty1G1Yx93DkZX_j-208" style="edgeStyle=orthogonalEdgeStyle;orthogonalLoop=1;jettySize=auto;html=1;entryX=1;entryY=0.5;entryDx=0;entryDy=0;" target="59XTsty1G1Yx93DkZX_j-221">
          <mxGeometry relative="1" as="geometry">
            <Array as="points">
              <mxPoint x="1359.35" y="280" />
              <mxPoint x="1359.35" y="425" />
            </Array>
          </mxGeometry>
        </mxCell>
        <mxCell id="59XTsty1G1Yx93DkZX_j-208" parent="1" style="rounded=0;whiteSpace=wrap;html=1;" value="Power Strip" vertex="1">
          <mxGeometry height="60" width="120" x="1454.35" y="250" as="geometry" />
        </mxCell>
        <mxCell id="59XTsty1G1Yx93DkZX_j-226" edge="1" parent="1" source="59XTsty1G1Yx93DkZX_j-214" style="edgeStyle=orthogonalEdgeStyle;orthogonalLoop=1;jettySize=auto;html=1;dashed=1;strokeColor=#3333FF;entryX=0.75;entryY=0;entryDx=0;entryDy=0;" target="59XTsty1G1Yx93DkZX_j-222" value="">
-           <mxGeometry relative="1" as="geometry" />
+           <mxGeometry relative="1" as="geometry">
+             <Array as="points">
+               <mxPoint x="1180" y="360" />
+               <mxPoint x="1179" y="360" />
+             </Array>
+           </mxGeometry>
        </mxCell>
        <mxCell id="59XTsty1G1Yx93DkZX_j-227" edge="1" parent="1" source="59XTsty1G1Yx93DkZX_j-214" style="edgeStyle=orthogonalEdgeStyle;orthogonalLoop=1;jettySize=auto;html=1;dashed=1;strokeColor=#3333FF;" target="59XTsty1G1Yx93DkZX_j-221">
          <mxGeometry relative="1" as="geometry">
            <Array as="points">
-               <mxPoint x="1239.35" y="390" />
-               <mxPoint x="1244.35" y="390" />
-             </Array>
-           </mxGeometry>
-         </mxCell>
-         <mxCell id="59XTsty1G1Yx93DkZX_j-228" edge="1" parent="1" source="0vSBfI8_46AL9H7hPHAw-7" style="edgeStyle=orthogonalEdgeStyle;orthogonalLoop=1;jettySize=auto;html=1;entryX=0.297;entryY=-0.001;entryDx=0;entryDy=0;dashed=1;strokeColor=#3333FF;exitX=0;exitY=0.5;exitDx=0;exitDy=0;entryPerimeter=0;" target="59XTsty1G1Yx93DkZX_j-111">
-           <mxGeometry relative="1" as="geometry" />
-         </mxCell>
-         <mxCell id="0vSBfI8_46AL9H7hPHAw-16" connectable="0" parent="59XTsty1G1Yx93DkZX_j-228" style="edgeLabel;html=1;align=center;verticalAlign=middle;resizable=0;points=[];" value="TETHER (DATA)" vertex="1">
-           <mxGeometry relative="1" x="-0.4517" as="geometry">
-             <mxPoint as="offset" />
+               <mxPoint x="1244" y="350" />
+               <mxPoint x="1244" y="350" />
+             </Array>
          </mxGeometry>
        </mxCell>
        <mxCell id="0vSBfI8_46AL9H7hPHAw-9" edge="1" parent="1" source="59XTsty1G1Yx93DkZX_j-214" style="edgeStyle=orthogonalEdgeStyle;rounded=0;orthogonalLoop=1;jettySize=auto;html=1;" target="0vSBfI8_46AL9H7hPHAw-7" value="">
          <mxGeometry relative="1" as="geometry" />
        </mxCell>
        <mxCell id="0vSBfI8_46AL9H7hPHAw-13" edge="1" parent="1" source="59XTsty1G1Yx93DkZX_j-214" style="edgeStyle=orthogonalEdgeStyle;rounded=1;orthogonalLoop=1;jettySize=auto;html=1;entryX=0.25;entryY=0;entryDx=0;entryDy=0;curved=0;" target="59XTsty1G1Yx93DkZX_j-222">
          <mxGeometry relative="1" as="geometry">
            <Array as="points">
              <mxPoint x="1169.35" y="390" />
              <mxPoint x="1139.35" y="390" />
            </Array>
          </mxGeometry>
        </mxCell>
        <mxCell id="59XTsty1G1Yx93DkZX_j-214" parent="1" style="rounded=0;whiteSpace=wrap;html=1;fillColor=#f8cecc;strokeColor=#b85450;fontStyle=1" value="Laptop Surface Station" vertex="1">
-           <mxGeometry height="60" width="120" x="1144.35" y="310" as="geometry" />
-         </mxCell>
-         <mxCell id="0vSBfI8_46AL9H7hPHAw-10" edge="1" parent="1" source="59XTsty1G1Yx93DkZX_j-221" style="edgeStyle=orthogonalEdgeStyle;rounded=1;orthogonalLoop=1;jettySize=auto;html=1;entryX=0.75;entryY=1;entryDx=0;entryDy=0;strokeColor=#3333FF;curved=0;dashed=1;exitX=0.25;exitY=1;exitDx=0;exitDy=0;" target="0vSBfI8_46AL9H7hPHAw-7">
-           <mxGeometry relative="1" as="geometry">
-             <Array as="points">
-               <mxPoint x="1224.35" y="460" />
-               <mxPoint x="1049.35" y="460" />
+           <mxGeometry height="60" width="120" x="1145" y="250" as="geometry" />
+         </mxCell>
+         <mxCell id="0vSBfI8_46AL9H7hPHAw-10" edge="1" parent="1" source="59XTsty1G1Yx93DkZX_j-221" style="edgeStyle=orthogonalEdgeStyle;rounded=1;orthogonalLoop=1;jettySize=auto;html=1;strokeColor=#3333FF;curved=0;dashed=1;exitX=0.25;exitY=1;exitDx=0;exitDy=0;" target="0vSBfI8_46AL9H7hPHAw-7">
+           <mxGeometry relative="1" as="geometry">
+             <Array as="points">
+               <mxPoint x="1224" y="450" />
+               <mxPoint x="1060" y="450" />
            </Array>
          </mxGeometry>
        </mxCell>
        <mxCell id="59XTsty1G1Yx93DkZX_j-221" parent="1" style="rounded=0;whiteSpace=wrap;html=1;fillColor=#b1ddf0;strokeColor=#10739e;" value="Wireless Router" vertex="1">
          <mxGeometry height="30" width="80" x="1204.35" y="410" as="geometry" />
        </mxCell>
        <mxCell id="59XTsty1G1Yx93DkZX_j-222" parent="1" style="rounded=0;whiteSpace=wrap;html=1;fillColor=#b1ddf0;strokeColor=#10739e;" value="Joystick and Throttle" vertex="1">
          <mxGeometry height="30" width="80" x="1119.35" y="410" as="geometry" />
        </mxCell>
        <mxCell id="59XTsty1G1Yx93DkZX_j-242" edge="1" parent="1" source="59XTsty1G1Yx93DkZX_j-231" style="edgeStyle=orthogonalEdgeStyle;orthogonalLoop=1;jettySize=auto;html=1;entryX=0.25;entryY=0;entryDx=0;entryDy=0;dashed=1;strokeColor=#3333FF;" target="59XTsty1G1Yx93DkZX_j-123">
          <mxGeometry relative="1" as="geometry">
            <Array as="points">
              <mxPoint x="1055" y="900" />
              <mxPoint x="1535" y="900" />
            </Array>
          </mxGeometry>
        </mxCell>
        <mxCell id="59XTsty1G1Yx93DkZX_j-243" edge="1" parent="1" source="59XTsty1G1Yx93DkZX_j-231" style="edgeStyle=orthogonalEdgeStyle;orthogonalLoop=1;jettySize=auto;html=1;entryX=0.25;entryY=0;entryDx=0;entryDy=0;dashed=1;strokeColor=#3333FF;" target="59XTsty1G1Yx93DkZX_j-124">
          <mxGeometry relative="1" as="geometry">
            <Array as="points">
              <mxPoint x="1055" y="900" />
              <mxPoint x="1595" y="900" />
            </Array>
          </mxGeometry>
        </mxCell>
        <mxCell id="59XTsty1G1Yx93DkZX_j-244" edge="1" parent="1" source="59XTsty1G1Yx93DkZX_j-231" style="edgeStyle=orthogonalEdgeStyle;orthogonalLoop=1;jettySize=auto;html=1;entryX=0.25;entryY=0;entryDx=0;entryDy=0;dashed=1;strokeColor=#3333FF;" target="59XTsty1G1Yx93DkZX_j-122">
          <mxGeometry relative="1" as="geometry">
            <Array as="points">
              <mxPoint x="1055" y="900" />
              <mxPoint x="1475" y="900" />
            </Array>
          </mxGeometry>
        </mxCell>
        <mxCell id="59XTsty1G1Yx93DkZX_j-245" edge="1" parent="1" source="59XTsty1G1Yx93DkZX_j-231" style="edgeStyle=orthogonalEdgeStyle;orthogonalLoop=1;jettySize=auto;html=1;entryX=0.25;entryY=0;entryDx=0;entryDy=0;dashed=1;strokeColor=#3333FF;" target="59XTsty1G1Yx93DkZX_j-121">
          <mxGeometry relative="1" as="geometry">
            <Array as="points">
              <mxPoint x="1055" y="900" />
              <mxPoint x="1415" y="900" />
            </Array>
          </mxGeometry>
        </mxCell>
        <mxCell id="59XTsty1G1Yx93DkZX_j-246" edge="1" parent="1" source="59XTsty1G1Yx93DkZX_j-231" style="edgeStyle=orthogonalEdgeStyle;orthogonalLoop=1;jettySize=auto;html=1;entryX=0.25;entryY=0;entryDx=0;entryDy=0;dashed=1;strokeColor=#3333FF;" target="59XTsty1G1Yx93DkZX_j-118">
          <mxGeometry relative="1" as="geometry">
            <Array as="points">
              <mxPoint x="1055" y="900" />
              <mxPoint x="1355" y="900" />
            </Array>
          </mxGeometry>
        </mxCell>
        <mxCell id="59XTsty1G1Yx93DkZX_j-247" edge="1" parent="1" source="59XTsty1G1Yx93DkZX_j-231" style="edgeStyle=orthogonalEdgeStyle;orthogonalLoop=1;jettySize=auto;html=1;entryX=0.25;entryY=0;entryDx=0;entryDy=0;dashed=1;strokeColor=#3333FF;" target="59XTsty1G1Yx93DkZX_j-117">
          <mxGeometry relative="1" as="geometry">
            <Array as="points">
              <mxPoint x="1055" y="900" />
              <mxPoint x="1295" y="900" />
            </Array>
          </mxGeometry>
        </mxCell>
        <mxCell id="59XTsty1G1Yx93DkZX_j-248" edge="1" parent="1" source="59XTsty1G1Yx93DkZX_j-231" style="edgeStyle=orthogonalEdgeStyle;orthogonalLoop=1;jettySize=auto;html=1;entryX=0.25;entryY=0;entryDx=0;entryDy=0;dashed=1;strokeColor=#3333FF;" target="59XTsty1G1Yx93DkZX_j-120">
          <mxGeometry relative="1" as="geometry">
            <Array as="points">
              <mxPoint x="1055" y="900" />
              <mxPoint x="1235" y="900" />
            </Array>
          </mxGeometry>
        </mxCell>
        <mxCell id="59XTsty1G1Yx93DkZX_j-249" edge="1" parent="1" source="59XTsty1G1Yx93DkZX_j-231" style="edgeStyle=orthogonalEdgeStyle;orthogonalLoop=1;jettySize=auto;html=1;entryX=0.25;entryY=0;entryDx=0;entryDy=0;dashed=1;strokeColor=#3333FF;" target="59XTsty1G1Yx93DkZX_j-116">
          <mxGeometry relative="1" as="geometry">
            <Array as="points">
              <mxPoint x="1055" y="900" />
              <mxPoint x="1175" y="900" />
            </Array>
          </mxGeometry>
        </mxCell>
        <mxCell id="0vSBfI8_46AL9H7hPHAw-2" edge="1" parent="1" source="59XTsty1G1Yx93DkZX_j-231" style="edgeStyle=orthogonalEdgeStyle;rounded=1;orthogonalLoop=1;jettySize=auto;html=1;entryX=0;entryY=0.5;entryDx=0;entryDy=0;dashed=1;strokeColor=#3333FF;curved=0;" target="59XTsty1G1Yx93DkZX_j-155">
          <mxGeometry relative="1" as="geometry" />
        </mxCell>
        <mxCell id="0vSBfI8_46AL9H7hPHAw-6" edge="1" parent="1" source="59XTsty1G1Yx93DkZX_j-231" style="edgeStyle=orthogonalEdgeStyle;rounded=1;orthogonalLoop=1;jettySize=auto;html=1;entryX=0;entryY=0.5;entryDx=0;entryDy=0;curved=0;dashed=1;strokeColor=#3333FF;" target="0vSBfI8_46AL9H7hPHAw-3">
          <mxGeometry relative="1" as="geometry" />
        </mxCell>
        <mxCell id="59XTsty1G1Yx93DkZX_j-231" parent="1" style="rounded=0;whiteSpace=wrap;html=1;fillColor=#b1ddf0;strokeColor=#10739e;" value="Motor Controller" vertex="1">
          <mxGeometry height="30" width="80" x="1015" y="860" as="geometry" />
        </mxCell>
        <mxCell id="0vSBfI8_46AL9H7hPHAw-3" parent="1" style="rounded=0;whiteSpace=wrap;html=1;fillColor=#b1ddf0;strokeColor=#10739e;" value="Spinner Tool Servo" vertex="1">
-           <mxGeometry height="30" width="80" x="1175" y="750" as="geometry" />
-         </mxCell>
-         <mxCell id="0vSBfI8_46AL9H7hPHAw-11" edge="1" parent="1" source="0vSBfI8_46AL9H7hPHAw-7" style="edgeStyle=orthogonalEdgeStyle;rounded=1;orthogonalLoop=1;jettySize=auto;html=1;entryX=0.75;entryY=1;entryDx=0;entryDy=0;curved=0;exitX=0.25;exitY=1;exitDx=0;exitDy=0;" target="59XTsty1G1Yx93DkZX_j-221">
-           <mxGeometry relative="1" as="geometry">
-             <Array as="points">
-               <mxPoint x="989.35" y="470" />
-               <mxPoint x="1264.35" y="470" />
-             </Array>
-           </mxGeometry>
-         </mxCell>
-         <mxCell id="0vSBfI8_46AL9H7hPHAw-12" connectable="0" parent="0vSBfI8_46AL9H7hPHAw-11" style="edgeLabel;html=1;align=center;verticalAlign=middle;resizable=0;points=[];" value="Internal 5V Step Down" vertex="1">
-           <mxGeometry relative="1" x="-0.0547" y="1" as="geometry">
+           <mxGeometry height="30" width="80" x="1165" y="780" as="geometry" />
+         </mxCell>
+         <mxCell id="0vSBfI8_46AL9H7hPHAw-30" edge="1" parent="1" source="0vSBfI8_46AL9H7hPHAw-7" style="edgeStyle=orthogonalEdgeStyle;rounded=1;orthogonalLoop=1;jettySize=auto;html=1;entryX=0.167;entryY=-0.009;entryDx=0;entryDy=0;dashed=1;strokeColor=#3333FF;curved=0;entryPerimeter=0;" target="59XTsty1G1Yx93DkZX_j-111">
+           <mxGeometry relative="1" as="geometry">
+             <Array as="points">
+               <mxPoint x="940" y="280" />
+             </Array>
+           </mxGeometry>
+         </mxCell>
+         <mxCell id="0vSBfI8_46AL9H7hPHAw-32" edge="1" parent="1" source="0vSBfI8_46AL9H7hPHAw-7" style="edgeStyle=orthogonalEdgeStyle;rounded=1;orthogonalLoop=1;jettySize=auto;html=1;entryX=0.75;entryY=1;entryDx=0;entryDy=0;curved=0;" target="59XTsty1G1Yx93DkZX_j-221">
+           <mxGeometry relative="1" as="geometry">
+             <Array as="points">
+               <mxPoint x="1010" y="470" />
+               <mxPoint x="1264" y="470" />
+             </Array>
+           </mxGeometry>
+         </mxCell>
+         <mxCell id="0vSBfI8_46AL9H7hPHAw-33" connectable="0" parent="0vSBfI8_46AL9H7hPHAw-32" style="edgeLabel;html=1;align=center;verticalAlign=middle;resizable=0;points=[];" value="Internal 5V Step Down" vertex="1">
+           <mxGeometry relative="1" x="0.1997" y="-1" as="geometry">
            <mxPoint as="offset" />
          </mxGeometry>
        </mxCell>
        <mxCell id="0vSBfI8_46AL9H7hPHAw-7" parent="1" style="rounded=0;whiteSpace=wrap;html=1;fillColor=#f8cecc;strokeColor=#b85450;fontStyle=1" value="Fathom-X Tether Interface" vertex="1">
-           <mxGeometry height="60" width="120" x="959.35" y="310" as="geometry" />
+           <mxGeometry height="60" width="120" x="975" y="250" as="geometry" />
        </mxCell>
        <mxCell id="0vSBfI8_46AL9H7hPHAw-19" parent="1" style="text;html=1;whiteSpace=wrap;strokeColor=none;fillColor=none;align=center;verticalAlign=middle;rounded=0;rotation=270;" value="&lt;font face=&quot;Helvetica&quot; style=&quot;font-size: 28px;&quot;&gt;&lt;b&gt;&lt;span style=&quot;color: rgb(0, 102, 204);&quot;&gt;IN WATER&lt;/span&gt;&lt;/b&gt;&lt;/font&gt;" vertex="1">
          <mxGeometry height="30" width="140" x="810" y="550" as="geometry" />
        </mxCell>
        <mxCell id="0vSBfI8_46AL9H7hPHAw-21" edge="1" parent="1" style="endArrow=none;html=1;rounded=0;strokeWidth=3;fillColor=#fad7ac;strokeColor=#b46504;shadow=1;" value="">
          <mxGeometry height="50" relative="1" width="50" as="geometry">
            <mxPoint x="889.35" y="480" as="sourcePoint" />
            <mxPoint x="890" y="150" as="targetPoint" />
          </mxGeometry>
        </mxCell>
        <mxCell id="0vSBfI8_46AL9H7hPHAw-24" edge="1" parent="1" style="endArrow=none;html=1;rounded=0;strokeWidth=3;fillColor=#fad7ac;strokeColor=#b46504;shadow=1;" value="">
          <mxGeometry height="50" relative="1" width="50" as="geometry">
            <mxPoint x="890" y="150" as="sourcePoint" />
            <mxPoint x="1639.35" y="150" as="targetPoint" />
          </mxGeometry>
        </mxCell>
        <mxCell id="0vSBfI8_46AL9H7hPHAw-25" edge="1" parent="1" style="endArrow=none;html=1;rounded=0;strokeWidth=3;fillColor=#fad7ac;strokeColor=#b46504;shadow=1;" value="">
          <mxGeometry height="50" relative="1" width="50" as="geometry">
            <mxPoint x="1639.35" y="480" as="sourcePoint" />
            <mxPoint x="1639.35" y="150" as="targetPoint" />
          </mxGeometry>
        </mxCell>
        <mxCell id="0vSBfI8_46AL9H7hPHAw-26" edge="1" parent="1" style="endArrow=none;html=1;rounded=0;strokeWidth=3;fillColor=#fad7ac;strokeColor=#b46504;shadow=1;" value="">
          <mxGeometry height="50" relative="1" width="50" as="geometry">
            <mxPoint x="889.35" y="480" as="sourcePoint" />
            <mxPoint x="1639.35" y="480" as="targetPoint" />
          </mxGeometry>
        </mxCell>
        <mxCell id="0vSBfI8_46AL9H7hPHAw-27" parent="1" style="text;html=1;whiteSpace=wrap;strokeColor=none;fillColor=none;align=center;verticalAlign=middle;rounded=0;rotation=270;" value="&lt;font style=&quot;font-size: 28px; color: rgb(180, 101, 4);&quot;&gt;&lt;b&gt;SURFACE&lt;/b&gt;&lt;/font&gt;" vertex="1">
          <mxGeometry height="30" width="140" x="809.35" y="390" as="geometry" />
        </mxCell>
      </root>
    </mxGraphModel>
  </diagram>
</mxfile>
